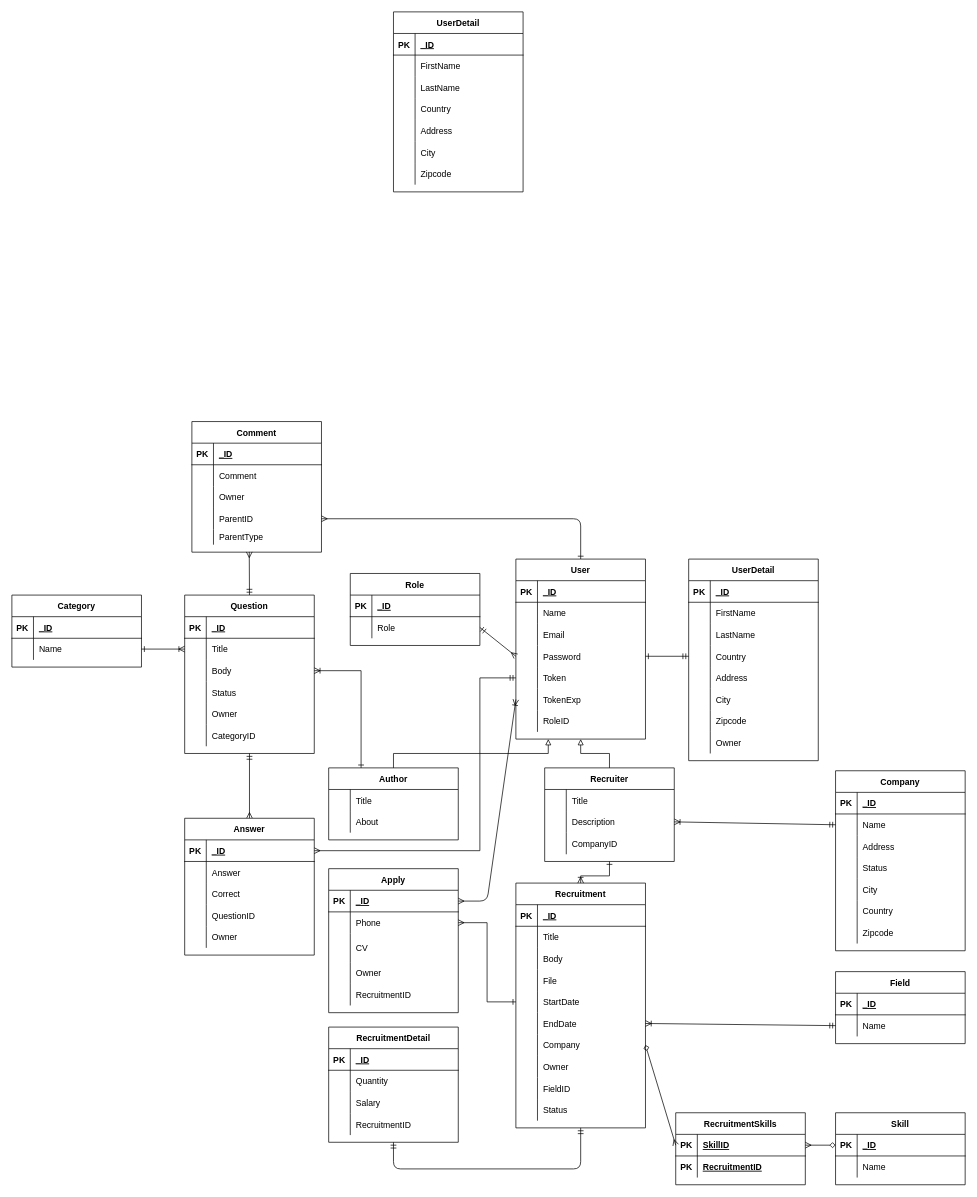
Above: page "PDM" (2 of 2) of schema.drawio in GuysKapen/ForumWeb (draw.io), before the change. Source tidied: cells renumbered, new cells numbered last; positions are measured from the earlier drawing's top-left corner, leaving out a move shared by most shapes. Both pictures are drawn from the tidied source at 72%, with x=0, y=0 at pixel (12, 12).
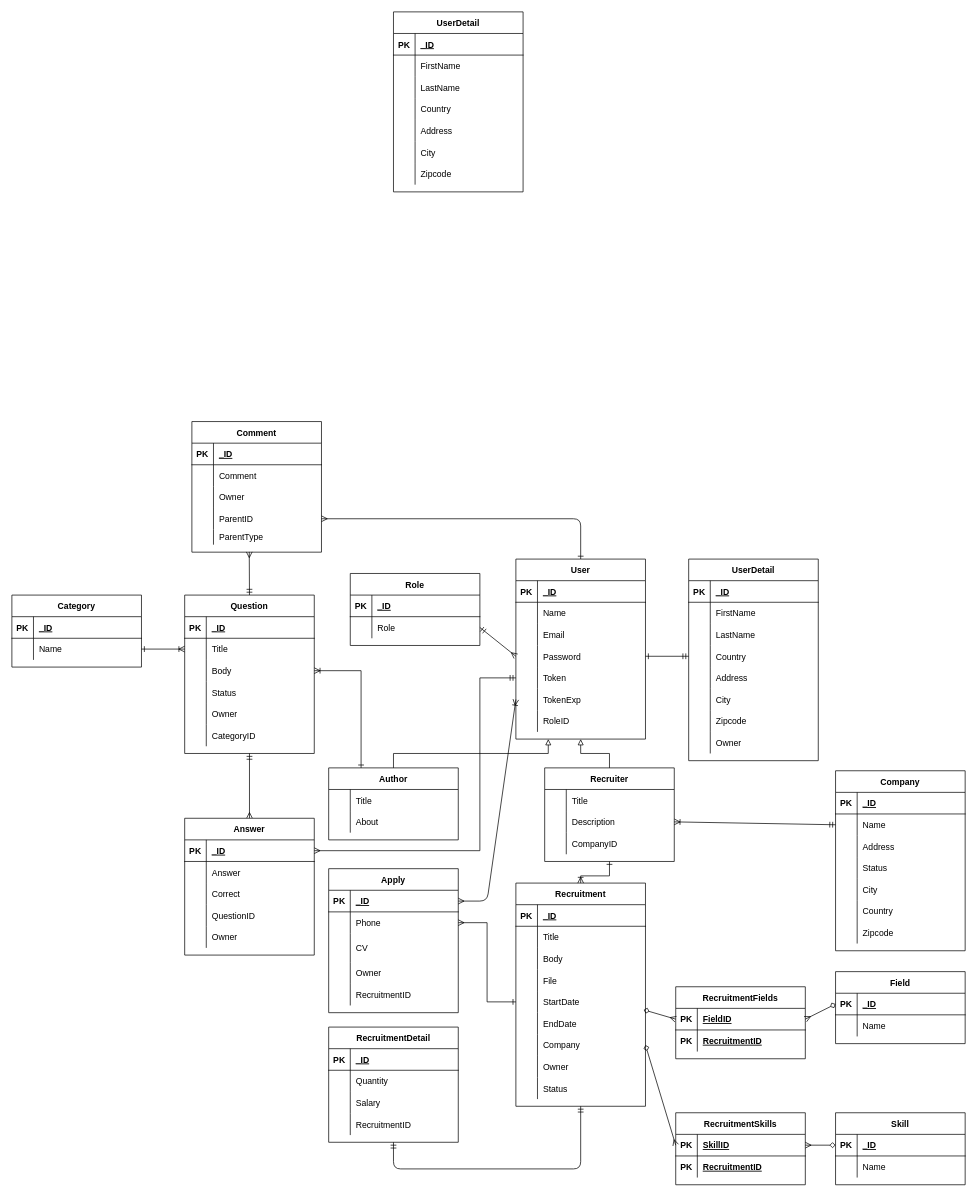
The same page after the edit.

Unchanged cells that the change refers to:
```xml
<mxCell id="59" style="shape=partialRectangle;fillColor=none;top=0;left=0;bottom=1;right=0;points=[[0,0.5],[1,0.5]];portConstraint=eastwest;" parent="58" vertex="1">
  <mxGeometry y="30" width="180" height="30" as="geometry" />
</mxCell>
<mxCell id="62" style="shape=partialRectangle;fillColor=none;top=0;left=0;bottom=0;right=0;points=[[0,0.5],[1,0.5]];portConstraint=eastwest;" parent="58" vertex="1">
  <mxGeometry y="60" width="180" height="30" as="geometry" />
</mxCell>
<mxCell id="133" style="shape=partialRectangle;fillColor=none;top=0;left=0;bottom=0;right=0;points=[[0,0.5],[1,0.5]];portConstraint=eastwest;" parent="117" vertex="1">
  <mxGeometry y="180" width="180" height="30" as="geometry" />
</mxCell>
```

The edit, as a diff of the source:
```diff
@@
     <mxCell id="117" value="Recruitment" style="shape=table;startSize=30;childLayout=tableLayout;rowLines=0;fontStyle=1;align=center;" parent="1" vertex="1">
-      <mxGeometry x="700" y="1210" width="180" height="340" as="geometry" />
+      <mxGeometry x="700" y="1210" width="180" height="310" as="geometry" />
     </mxCell>
@@
-    <mxCell id="142" style="shape=partialRectangle;fillColor=none;top=0;left=0;bottom=0;right=0;" parent="117" vertex="1">
-      <mxGeometry y="270" width="180" height="30" as="geometry" />
-    </mxCell>
-    <mxCell id="143" style="shape=partialRectangle;fillColor=none;top=0;left=0;bottom=0;right=0;overflow=hidden;" parent="142" vertex="1">
-      <mxGeometry width="30" height="30" as="geometry" />
-    </mxCell>
-    <mxCell id="144" value="FieldID" style="shape=partialRectangle;fillColor=none;top=0;left=0;bottom=0;right=0;align=left;spacingLeft=6;overflow=hidden;" parent="142" vertex="1">
-      <mxGeometry x="30" width="150" height="30" as="geometry" />
-    </mxCell>
     <mxCell id="145" style="shape=partialRectangle;fillColor=none;top=0;left=0;bottom=0;right=0;" parent="117" vertex="1">
-      <mxGeometry y="300" width="180" height="30" as="geometry" />
+      <mxGeometry y="270" width="180" height="30" as="geometry" />
     </mxCell>
@@
-    <mxCell id="180" style="edgeStyle=none;html=1;exitX=1;exitY=0.5;exitDx=0;exitDy=0;entryX=0;entryY=0.5;entryDx=0;entryDy=0;startArrow=ERoneToMany;startFill=0;endArrow=ERmandOne;endFill=0;strokeColor=default;" parent="1" edge="1" source="133" target="62">
-      <mxGeometry relative="1" as="geometry" />
-    </mxCell>
@@
+    <mxCell id="277" value="RecruitmentFields" style="shape=table;startSize=30;childLayout=tableLayout;rowLines=0;fontStyle=1;align=center;" parent="1" vertex="1">
+      <mxGeometry x="922" y="1354" width="180" height="100" as="geometry" />
+    </mxCell>
+    <mxCell id="278" style="shape=partialRectangle;fillColor=none;top=0;left=0;bottom=1;right=0;points=[[0,0.5],[1,0.5]];portConstraint=eastwest;" parent="277" vertex="1">
+      <mxGeometry y="30" width="180" height="30" as="geometry" />
+    </mxCell>
+    <mxCell id="279" value="PK" style="shape=partialRectangle;fillColor=none;top=0;left=0;bottom=0;right=0;fontStyle=1;overflow=hidden;" parent="278" vertex="1">
+      <mxGeometry width="30" height="30" as="geometry" />
+    </mxCell>
+    <mxCell id="144" value="FieldID" style="shape=partialRectangle;fillColor=none;top=0;left=0;bottom=0;right=0;align=left;spacingLeft=6;fontStyle=5;overflow=hidden;" parent="278" vertex="1">
+      <mxGeometry x="30" width="150" height="30" as="geometry" />
+    </mxCell>
+    <mxCell id="280" style="shape=partialRectangle;fillColor=none;top=0;left=0;bottom=0;right=0;" parent="277" vertex="1">
+      <mxGeometry y="60" width="180" height="30" as="geometry" />
+    </mxCell>
+    <mxCell id="281" value="PK" style="shape=partialRectangle;fillColor=none;top=0;left=0;bottom=0;right=0;overflow=hidden;fontStyle=1;" parent="280" vertex="1">
+      <mxGeometry width="30" height="30" as="geometry" />
+    </mxCell>
+    <mxCell id="282" value="RecruitmentID" style="shape=partialRectangle;fillColor=none;top=0;left=0;bottom=0;right=0;align=left;spacingLeft=6;overflow=hidden;fontStyle=5;" parent="280" vertex="1">
+      <mxGeometry x="30" width="150" height="30" as="geometry" />
+    </mxCell>
+    <mxCell id="283" style="edgeStyle=none;html=1;exitX=0;exitY=0.5;exitDx=0;exitDy=0;entryX=0.986;entryY=-0.133;entryDx=0;entryDy=0;startArrow=ERmany;startFill=0;endArrow=diamond;endFill=0;entryPerimeter=0;" parent="1" edge="1" source="278" target="133">
+      <mxGeometry relative="1" as="geometry" />
+    </mxCell>
+    <mxCell id="284" style="edgeStyle=none;html=1;exitX=1;exitY=0.5;exitDx=0;exitDy=0;entryX=0;entryY=0.5;entryDx=0;entryDy=0;startArrow=ERmany;startFill=0;endArrow=diamond;endFill=0;" parent="1" edge="1" source="278" target="59">
+      <mxGeometry relative="1" as="geometry" />
+    </mxCell>
```
